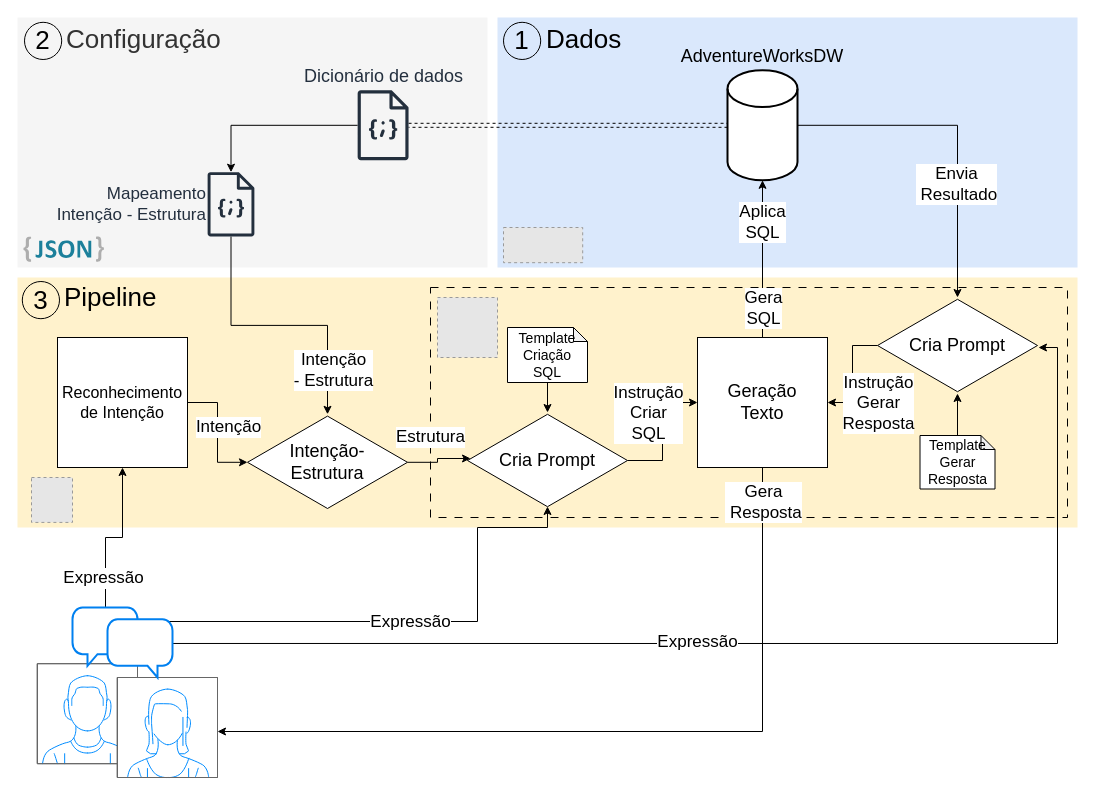
Earlier version of the draw.io diagram Untitled Diagram.drawio (RogerioPiazzon/trabalhofinalPECE). Source tidied: cells renumbered, new cells numbered last; positions are measured from the earlier drawing's top-left corner, leaving out a move shared by most shapes. Both pictures are drawn from the tidied source at 100%, with x=0, y=0 at pixel (17, 17). Pictures stored in the file or linked from it are replaced by grey dashed boxes.
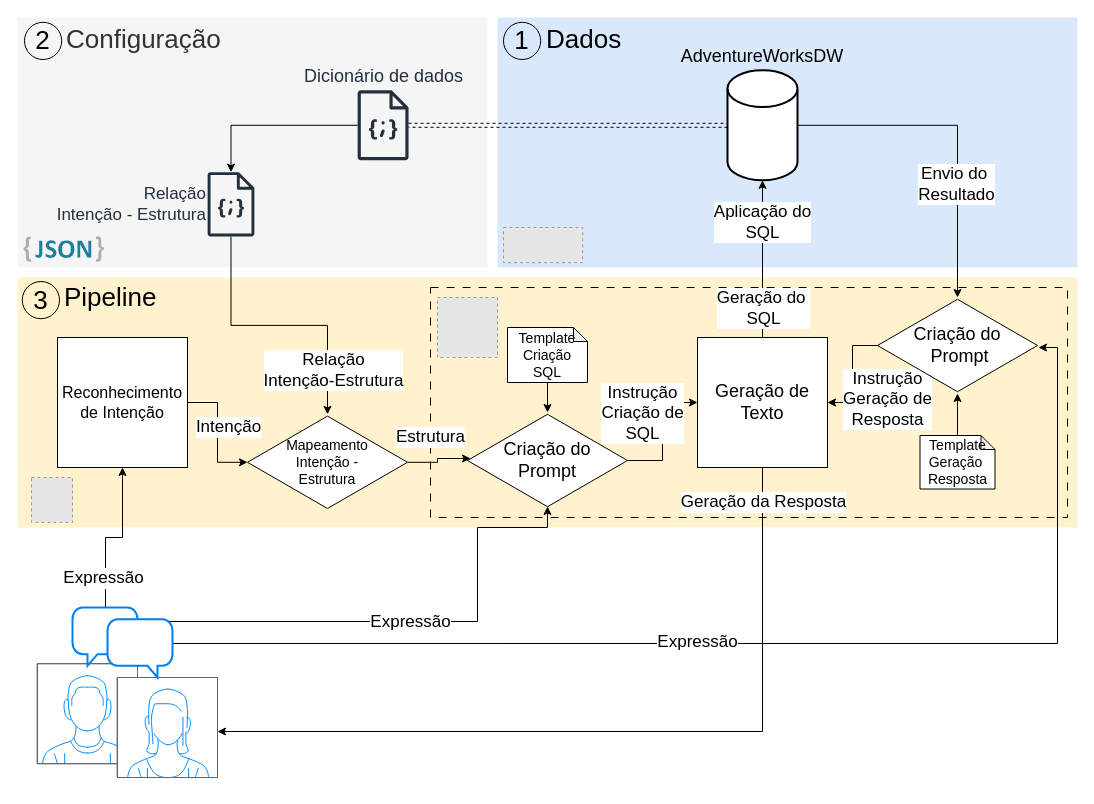
After the change.

The change refers to these unchanged cells:
```xml
<mxCell id="9" style="edgeStyle=orthogonalEdgeStyle;shape=connector;rounded=0;jettySize=auto;html=1;exitX=1;exitY=0.5;exitDx=0;exitDy=0;exitPerimeter=0;labelBackgroundColor=default;strokeColor=default;align=center;verticalAlign=middle;fontFamily=Helvetica;fontSize=11;fontColor=default;endArrow=classic;" parent="1" edge="1" source="12" target="36">
  <mxGeometry relative="1" as="geometry" />
</mxCell>
<mxCell id="15" style="edgeStyle=orthogonalEdgeStyle;shape=connector;rounded=0;jettySize=auto;html=1;labelBackgroundColor=default;strokeColor=default;align=center;verticalAlign=middle;fontFamily=Helvetica;fontSize=11;fontColor=default;endArrow=classic;" parent="1" edge="1" source="17" target="20">
  <mxGeometry relative="1" as="geometry" />
</mxCell>
<mxCell id="25" style="edgeStyle=orthogonalEdgeStyle;shape=connector;rounded=0;jettySize=auto;html=1;labelBackgroundColor=default;strokeColor=default;align=center;verticalAlign=middle;fontFamily=Helvetica;fontSize=11;fontColor=default;endArrow=classic;" parent="1" edge="1" source="27" target="33">
  <mxGeometry relative="1" as="geometry" />
</mxCell>
<mxCell id="28" style="edgeStyle=orthogonalEdgeStyle;shape=connector;rounded=0;jettySize=auto;html=1;exitX=0.5;exitY=0;exitDx=0;exitDy=0;labelBackgroundColor=default;strokeColor=default;align=center;verticalAlign=middle;fontFamily=Helvetica;fontSize=11;fontColor=default;endArrow=classic;" parent="1" edge="1" source="33" target="12">
  <mxGeometry relative="1" as="geometry" />
</mxCell>
<mxCell id="31" style="edgeStyle=orthogonalEdgeStyle;shape=connector;rounded=0;jettySize=auto;html=1;exitX=0.5;exitY=1;exitDx=0;exitDy=0;entryX=1;entryY=0.54;entryDx=0;entryDy=0;labelBackgroundColor=default;strokeColor=default;align=center;verticalAlign=middle;fontFamily=Helvetica;fontSize=11;fontColor=default;endArrow=classic;entryPerimeter=0;" parent="1" edge="1" source="33" target="47">
  <mxGeometry relative="1" as="geometry" />
</mxCell>
<mxCell id="34" style="edgeStyle=orthogonalEdgeStyle;shape=connector;rounded=0;jettySize=auto;html=1;labelBackgroundColor=default;strokeColor=default;align=center;verticalAlign=middle;fontFamily=Helvetica;fontSize=11;fontColor=default;endArrow=classic;" parent="1" edge="1" source="36" target="33">
  <mxGeometry relative="1" as="geometry" />
</mxCell>
```

Change to the diagram source:
```diff
@@
+    <mxCell id="53" style="rounded=0;whiteSpace=wrap;html=1;fillColor=none;strokeColor=none;" parent="1" vertex="1">
+      <mxGeometry width="1060" height="770" as="geometry" />
+    </mxCell>
@@
-    <mxCell id="10" value="Envia&lt;br style=&quot;font-size: 17px;&quot;&gt;&amp;nbsp;Resultado" style="edgeLabel;html=1;align=center;verticalAlign=middle;fontSize=17;fontFamily=Helvetica;fontColor=default;" parent="9" vertex="1">
+    <mxCell id="10" value="Envio do&amp;nbsp;&lt;br&gt;Resultado" style="edgeLabel;html=1;align=center;verticalAlign=middle;fontSize=17;fontFamily=Helvetica;fontColor=default;" parent="9" vertex="1">
       <mxGeometry x="0.32" y="-2" relative="1" as="geometry" />
     </mxCell>
@@
-    <mxCell id="16" value="Intenção &lt;br style=&quot;font-size: 17px;&quot;&gt;- Estrutura" style="edgeLabel;html=1;align=center;verticalAlign=middle;fontSize=17;fontFamily=Helvetica;fontColor=default;" parent="15" vertex="1">
+    <mxCell id="16" value="Relação &lt;br&gt;Intenção-Estrutura" style="edgeLabel;html=1;align=center;verticalAlign=middle;fontSize=17;fontFamily=Helvetica;fontColor=default;" parent="15" vertex="1">
       <mxGeometry x="0.68" y="5" relative="1" as="geometry" />
     </mxCell>
-    <mxCell id="17" value="Mapeamento &lt;br&gt;Intenção - Estrutura" style="sketch=0;outlineConnect=0;fontColor=#232F3E;gradientColor=none;fillColor=#232F3D;strokeColor=none;dashed=0;verticalLabelPosition=middle;verticalAlign=middle;align=right;html=1;fontSize=17;fontStyle=0;shape=mxgraph.aws4.json_script;labelPosition=left;" parent="1" vertex="1">
+    <mxCell id="17" value="Relação&lt;br&gt;Intenção - Estrutura" style="sketch=0;outlineConnect=0;fontColor=#232F3E;gradientColor=none;fillColor=#232F3D;strokeColor=none;dashed=0;verticalLabelPosition=middle;verticalAlign=middle;align=right;html=1;fontSize=17;fontStyle=0;shape=mxgraph.aws4.json_script;labelPosition=left;" parent="1" vertex="1">
       <mxGeometry x="190" y="154.7" width="47" height="64.3" as="geometry" />
     </mxCell>
@@
-    <mxCell id="20" value="Intenção-&lt;br&gt;Estrutura" style="html=1;whiteSpace=wrap;shape=isoRectangle;fontSize=18;" parent="1" vertex="1">
+    <mxCell id="20" value="Mapeamento&lt;br style=&quot;font-size: 14px;&quot;&gt;Intenção -&lt;br style=&quot;font-size: 14px;&quot;&gt;Estrutura" style="html=1;whiteSpace=wrap;shape=isoRectangle;fontSize=14;" parent="1" vertex="1">
       <mxGeometry x="230" y="396.8" width="160" height="96" as="geometry" />
     </mxCell>
@@
-    <mxCell id="26" value="Instrução&lt;br style=&quot;font-size: 17px;&quot;&gt;Criar &lt;br style=&quot;font-size: 17px;&quot;&gt;SQL" style="edgeLabel;html=1;align=center;verticalAlign=middle;fontSize=17;fontFamily=Helvetica;fontColor=default;" parent="25" vertex="1">
+    <mxCell id="26" value="Instrução&lt;br style=&quot;font-size: 17px;&quot;&gt;Criação de&lt;br style=&quot;font-size: 17px;&quot;&gt;SQL" style="edgeLabel;html=1;align=center;verticalAlign=middle;fontSize=17;fontFamily=Helvetica;fontColor=default;labelBackgroundColor=default;" parent="25" vertex="1">
       <mxGeometry x="-0.36" y="1" relative="1" as="geometry">
-        <mxPoint x="-14" y="-42" as="offset" />
+        <mxPoint x="-20" y="-42" as="offset" />
       </mxGeometry>
     </mxCell>
-    <mxCell id="27" value="Cria Prompt" style="html=1;whiteSpace=wrap;shape=isoRectangle;fontSize=18;" parent="1" vertex="1">
+    <mxCell id="27" value="Criação do&lt;br&gt;Prompt" style="html=1;whiteSpace=wrap;shape=isoRectangle;fontSize=18;" parent="1" vertex="1">
       <mxGeometry x="450" y="395" width="160" height="96" as="geometry" />
     </mxCell>
@@
-    <mxCell id="29" value="Gera &lt;br style=&quot;font-size: 17px;&quot;&gt;SQL" style="edgeLabel;html=1;align=center;verticalAlign=middle;fontSize=17;fontFamily=Helvetica;fontColor=default;" parent="28" vertex="1">
+    <mxCell id="29" value="Geração do&amp;nbsp;&lt;br&gt;SQL" style="edgeLabel;html=1;align=center;verticalAlign=middle;fontSize=17;fontFamily=Helvetica;fontColor=default;" parent="28" vertex="1">
       <mxGeometry x="-0.38" y="-1" relative="1" as="geometry">
         <mxPoint x="-1" y="19" as="offset" />
       </mxGeometry>
     </mxCell>
-    <mxCell id="30" value="Aplica &lt;br style=&quot;font-size: 17px;&quot;&gt;SQL" style="edgeLabel;html=1;align=center;verticalAlign=middle;fontSize=17;fontFamily=Helvetica;fontColor=default;" parent="28" vertex="1">
+    <mxCell id="30" value="Aplicação do&lt;br&gt;SQL" style="edgeLabel;html=1;align=center;verticalAlign=middle;fontSize=17;fontFamily=Helvetica;fontColor=default;" parent="28" vertex="1">
       <mxGeometry x="0.48" y="1" relative="1" as="geometry" />
     </mxCell>
@@
-    <mxCell id="32" value="Gera&lt;br style=&quot;font-size: 17px;&quot;&gt;&amp;nbsp;Resposta" style="edgeLabel;html=1;align=center;verticalAlign=middle;fontSize=17;fontFamily=Helvetica;fontColor=default;" parent="31" vertex="1">
+    <mxCell id="32" value="Geração da Resposta" style="edgeLabel;html=1;align=center;verticalAlign=middle;fontSize=17;fontFamily=Helvetica;fontColor=default;" parent="31" vertex="1">
       <mxGeometry x="-0.66" y="-2" relative="1" as="geometry">
         <mxPoint x="2" y="-104" as="offset" />
       </mxGeometry>
     </mxCell>
-    <mxCell id="33" value="Geração &lt;br&gt;Texto" style="whiteSpace=wrap;html=1;fontSize=18;" parent="1" vertex="1">
+    <mxCell id="33" value="Geração de&lt;br&gt;Texto" style="whiteSpace=wrap;html=1;fontSize=18;" parent="1" vertex="1">
       <mxGeometry x="680" y="320" width="130" height="130" as="geometry" />
     </mxCell>
@@
-    <mxCell id="35" value="Instrução&lt;br style=&quot;font-size: 17px;&quot;&gt;Gerar &lt;br style=&quot;font-size: 17px;&quot;&gt;Resposta" style="edgeLabel;align=center;verticalAlign=middle;fontSize=17;fontFamily=Helvetica;fontColor=default;spacing=2;html=1;" parent="34" vertex="1">
+    <mxCell id="35" value="Instrução&lt;br style=&quot;font-size: 17px;&quot;&gt;Geração de&lt;br style=&quot;font-size: 17px;&quot;&gt;Resposta" style="edgeLabel;align=center;verticalAlign=middle;fontSize=17;fontFamily=Helvetica;fontColor=default;spacing=2;html=1;" parent="34" vertex="1">
       <mxGeometry relative="1" as="geometry">
-        <mxPoint x="25" y="28" as="offset" />
+        <mxPoint x="34" y="24" as="offset" />
       </mxGeometry>
     </mxCell>
-    <mxCell id="36" value="Cria Prompt" style="html=1;whiteSpace=wrap;shape=isoRectangle;fontSize=18;" parent="1" vertex="1">
+    <mxCell id="36" value="Criação do&lt;br&gt;&amp;nbsp;Prompt" style="html=1;whiteSpace=wrap;shape=isoRectangle;fontSize=18;" parent="1" vertex="1">
       <mxGeometry x="860" y="280" width="160" height="96" as="geometry" />
     </mxCell>
@@
-    <mxCell id="45" value="Template Gerar Resposta" style="shape=note;whiteSpace=wrap;html=1;backgroundOutline=1;darkOpacity=0.05;fontFamily=Helvetica;fontSize=14;fontColor=default;size=14;" parent="1" vertex="1">
+    <mxCell id="45" value="Template Geração&amp;nbsp; Resposta" style="shape=note;whiteSpace=wrap;html=1;backgroundOutline=1;darkOpacity=0.05;fontFamily=Helvetica;fontSize=14;fontColor=default;size=14;" parent="1" vertex="1">
       <mxGeometry x="902.5" y="418" width="75" height="53.5" as="geometry" />
     </mxCell>
@@
-    <mxCell id="53" style="rounded=0;whiteSpace=wrap;html=1;fillColor=none;strokeColor=none;" parent="1" vertex="1">
-      <mxGeometry width="1060" height="770" as="geometry" />
-    </mxCell>
```
